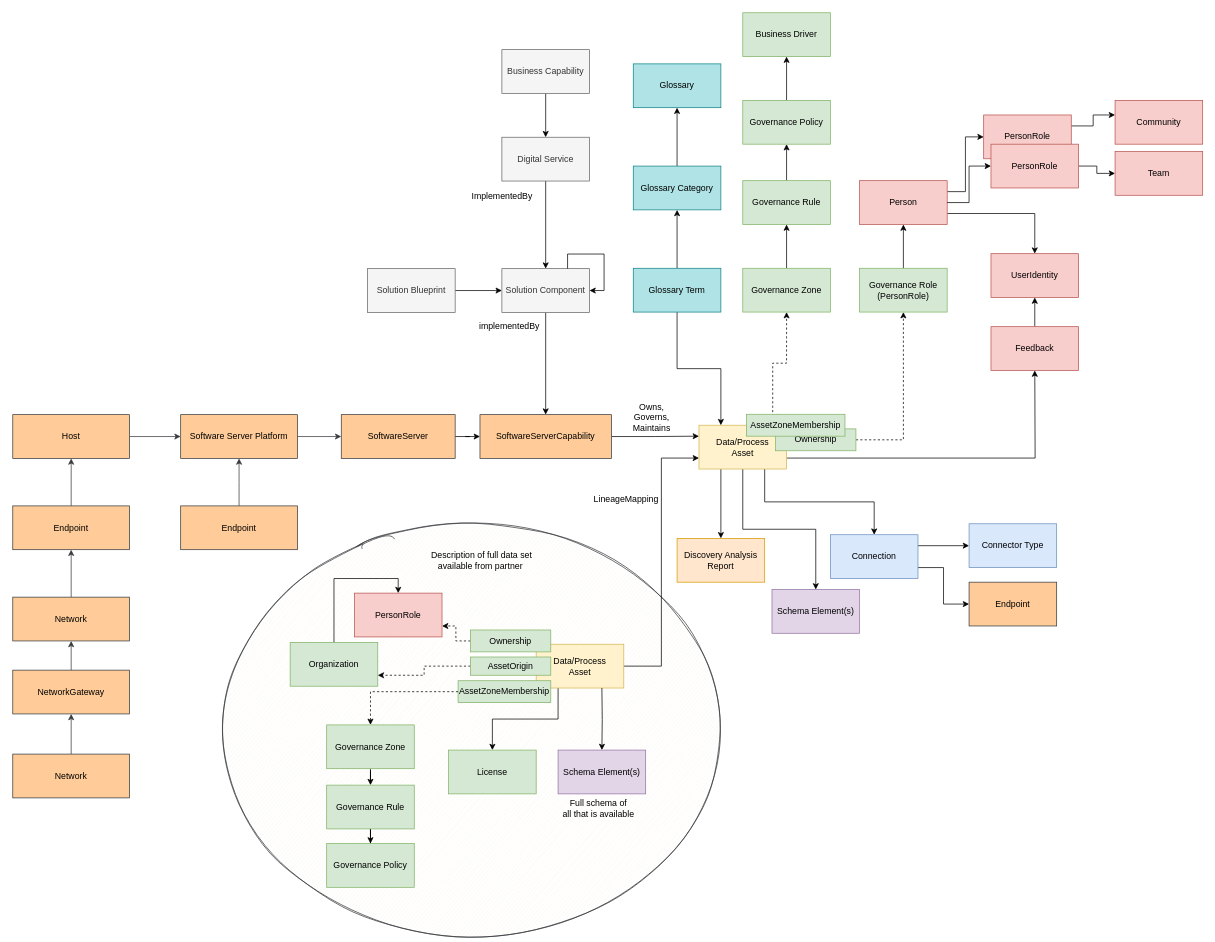
The draw.io diagram page "licenses" (11 of 12) of site/docs/content-packs/simple-content-pack/egeria-data-apis-events-catalog.drawio in odpi/egeria-docs, before the edit. Source tidied: cells renumbered, new cells numbered last; positions are measured from the earlier drawing's top-left corner, leaving out a move shared by most shapes. Both pictures are drawn from the tidied source at 73%, with x=0, y=0 at pixel (12, 12).
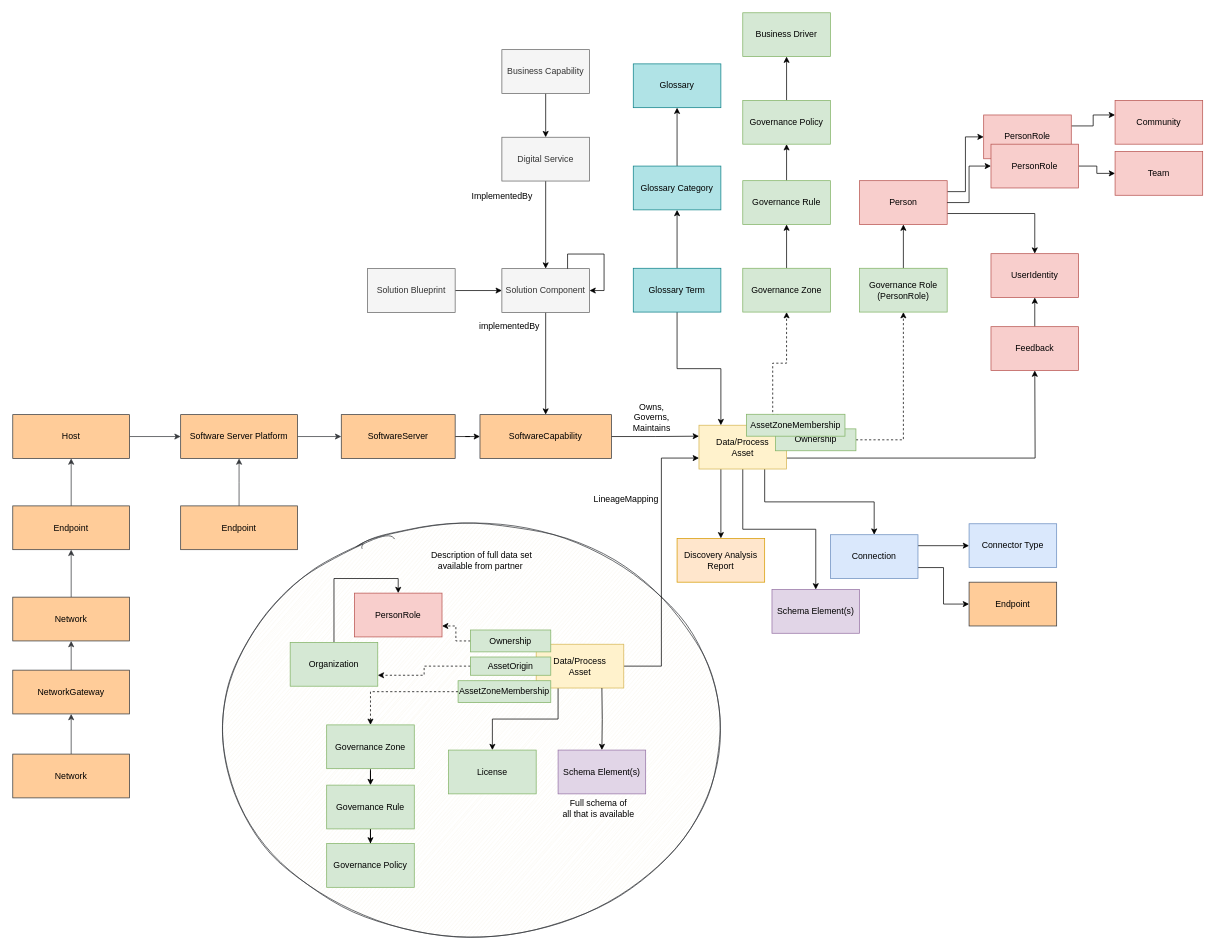
After the change.

The edit, as a diff of the source:
```diff
@@
-    <mxCell id="18" value="SoftwareServerCapability" style="rounded=0;whiteSpace=wrap;html=1;shadow=0;fillColor=#ffcc99;strokeColor=#36393d;" parent="1" vertex="1">
+    <mxCell id="18" value="SoftwareCapability" style="rounded=0;whiteSpace=wrap;html=1;shadow=0;fillColor=#ffcc99;strokeColor=#36393d;" parent="1" vertex="1">
       <mxGeometry x="640" y="550.5" width="180" height="60" as="geometry" />
     </mxCell>
```
